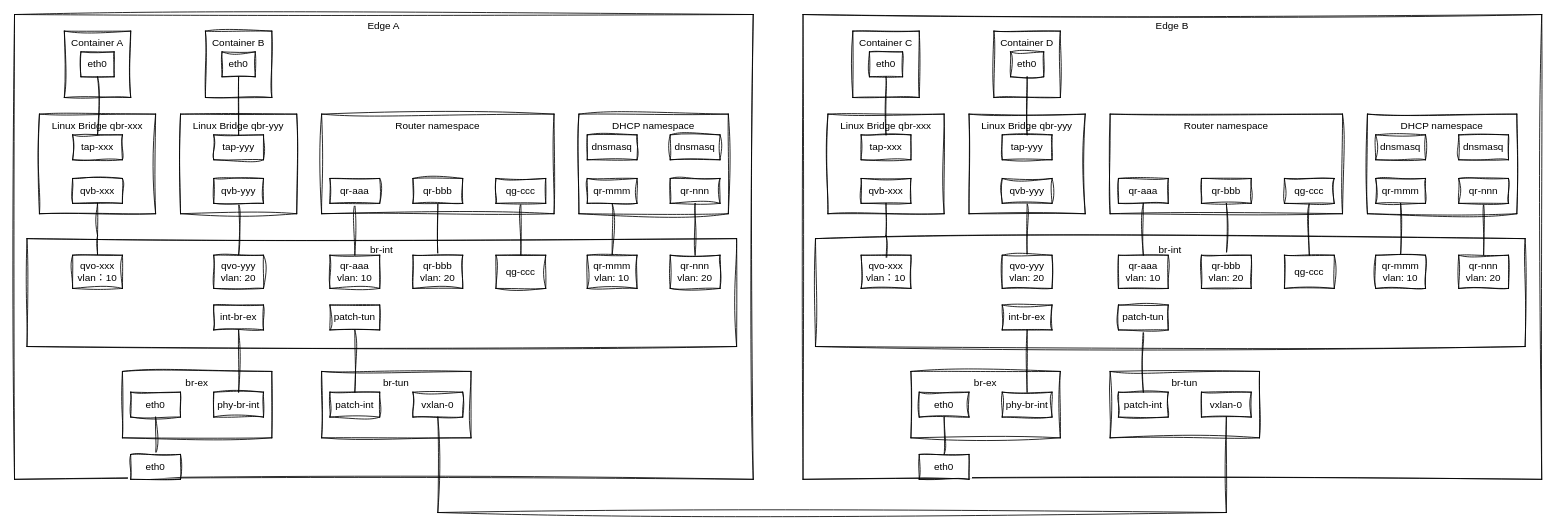
wangkuntian/draw keeps this draw.io diagram as page "多节点跨子网" (4 of 5) of test.drawio. Above is the earlier version. Source tidied: cells renumbered, new cells numbered last; positions are measured from the earlier drawing's top-left corner, leaving out a move shared by most shapes. Both pictures are drawn from the tidied source at 83%, with x=0, y=0 at pixel (14, 14).
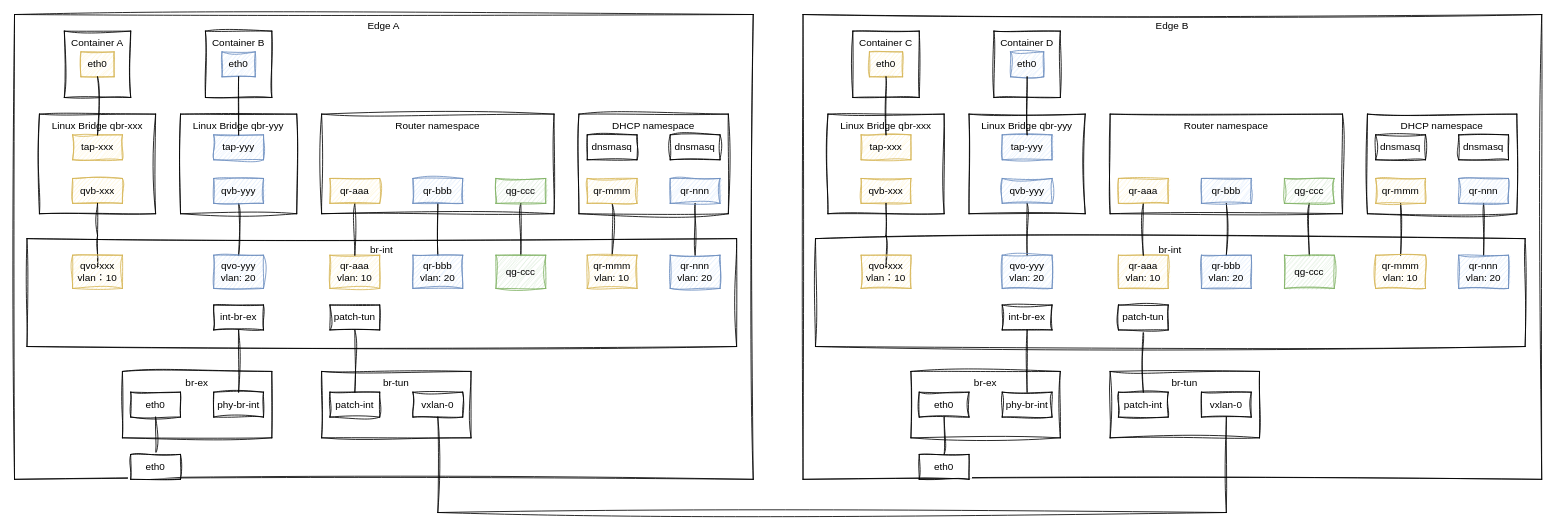
Above is the later version.

What changed in the source:
```diff
@@
-    <mxCell id="2" value="Edge A" style="rounded=0;whiteSpace=wrap;html=1;verticalAlign=top;sketch=1;curveFitting=1;jiggle=2;" parent="1" vertex="1">
+    <mxCell id="2" value="Edge A" style="rounded=0;whiteSpace=wrap;html=1;verticalAlign=top;sketch=1;curveFitting=1;jiggle=2;fillColor=none;" parent="1" vertex="1">
       <mxGeometry width="890" height="560" as="geometry" />
     </mxCell>
-    <mxCell id="3" value="Container A" style="whiteSpace=wrap;html=1;verticalAlign=top;strokeColor=default;align=center;fontFamily=Helvetica;fontSize=12;fontColor=default;fillColor=default;sketch=1;curveFitting=1;jiggle=2;" parent="1" vertex="1">
+    <mxCell id="3" value="Container A" style="whiteSpace=wrap;html=1;verticalAlign=top;strokeColor=default;align=center;fontFamily=Helvetica;fontSize=12;fontColor=default;fillColor=none;sketch=1;curveFitting=1;jiggle=2;" parent="1" vertex="1">
       <mxGeometry x="60" y="20" width="80" height="80" as="geometry" />
     </mxCell>
-    <mxCell id="4" value="eth0" style="rounded=0;whiteSpace=wrap;html=1;sketch=1;curveFitting=1;jiggle=2;" parent="1" vertex="1">
+    <mxCell id="4" value="eth0" style="rounded=0;whiteSpace=wrap;html=1;sketch=1;curveFitting=1;jiggle=2;fillColor=#fff2cc;strokeColor=#d6b656;" parent="1" vertex="1">
       <mxGeometry x="80" y="45" width="40" height="30" as="geometry" />
     </mxCell>
-    <mxCell id="5" value="Linux Bridge qbr-xxx" style="rounded=0;whiteSpace=wrap;html=1;verticalAlign=top;sketch=1;curveFitting=1;jiggle=2;" parent="1" vertex="1">
+    <mxCell id="5" value="Linux Bridge qbr-xxx" style="rounded=0;whiteSpace=wrap;html=1;verticalAlign=top;sketch=1;curveFitting=1;jiggle=2;fillColor=none;" parent="1" vertex="1">
       <mxGeometry x="30" y="120" width="140" height="120" as="geometry" />
     </mxCell>
-    <mxCell id="6" value="tap-xxx" style="rounded=0;whiteSpace=wrap;html=1;sketch=1;curveFitting=1;jiggle=2;" parent="1" vertex="1">
+    <mxCell id="6" value="tap-xxx" style="rounded=0;whiteSpace=wrap;html=1;sketch=1;curveFitting=1;jiggle=2;fillColor=#fff2cc;strokeColor=#d6b656;" parent="1" vertex="1">
       <mxGeometry x="70" y="145" width="60" height="30" as="geometry" />
     </mxCell>
-    <mxCell id="7" value="qvb-xxx" style="rounded=0;whiteSpace=wrap;html=1;sketch=1;curveFitting=1;jiggle=2;" parent="1" vertex="1">
+    <mxCell id="7" value="qvb-xxx" style="rounded=0;whiteSpace=wrap;html=1;sketch=1;curveFitting=1;jiggle=2;fillColor=#fff2cc;strokeColor=#d6b656;" parent="1" vertex="1">
       <mxGeometry x="70" y="197.5" width="60" height="30" as="geometry" />
     </mxCell>
-    <mxCell id="8" value="br-int" style="rounded=0;whiteSpace=wrap;html=1;verticalAlign=top;sketch=1;curveFitting=1;jiggle=2;" parent="1" vertex="1">
+    <mxCell id="8" value="br-int" style="rounded=0;whiteSpace=wrap;html=1;verticalAlign=top;sketch=1;curveFitting=1;jiggle=2;fillColor=none;" parent="1" vertex="1">
       <mxGeometry x="15" y="270" width="855" height="130" as="geometry" />
     </mxCell>
-    <mxCell id="9" value="DHCP namespace" style="rounded=0;whiteSpace=wrap;html=1;verticalAlign=top;sketch=1;curveFitting=1;jiggle=2;" parent="1" vertex="1">
+    <mxCell id="9" value="DHCP namespace" style="rounded=0;whiteSpace=wrap;html=1;verticalAlign=top;sketch=1;curveFitting=1;jiggle=2;fillColor=none;" parent="1" vertex="1">
       <mxGeometry x="680" y="120" width="180" height="120" as="geometry" />
     </mxCell>
@@
-    <mxCell id="11" value="qr-mmm" style="rounded=0;whiteSpace=wrap;html=1;sketch=1;curveFitting=1;jiggle=2;" parent="1" vertex="1">
+    <mxCell id="11" value="qr-mmm" style="rounded=0;whiteSpace=wrap;html=1;sketch=1;curveFitting=1;jiggle=2;fillColor=#fff2cc;strokeColor=#d6b656;" parent="1" vertex="1">
       <mxGeometry x="690" y="197.5" width="60" height="30" as="geometry" />
     </mxCell>
-    <mxCell id="12" value="qr-aaa&lt;div&gt;vlan: 10&lt;/div&gt;" style="rounded=0;whiteSpace=wrap;html=1;sketch=1;curveFitting=1;jiggle=2;" parent="1" vertex="1">
+    <mxCell id="12" value="qr-aaa&lt;div&gt;vlan: 10&lt;/div&gt;" style="rounded=0;whiteSpace=wrap;html=1;sketch=1;curveFitting=1;jiggle=2;fillColor=#fff2cc;strokeColor=#d6b656;" parent="1" vertex="1">
       <mxGeometry x="380" y="290" width="60" height="40" as="geometry" />
     </mxCell>
-    <mxCell id="13" value="qr-mmm&lt;br&gt;vlan: 10" style="rounded=0;whiteSpace=wrap;html=1;sketch=1;curveFitting=1;jiggle=2;" parent="1" vertex="1">
+    <mxCell id="13" value="qr-mmm&lt;br&gt;vlan: 10" style="rounded=0;whiteSpace=wrap;html=1;sketch=1;curveFitting=1;jiggle=2;fillColor=#fff2cc;strokeColor=#d6b656;" parent="1" vertex="1">
       <mxGeometry x="690" y="290" width="60" height="40" as="geometry" />
     </mxCell>
@@
-    <mxCell id="15" value="Router namespace" style="rounded=0;whiteSpace=wrap;html=1;verticalAlign=top;sketch=1;curveFitting=1;jiggle=2;" parent="1" vertex="1">
+    <mxCell id="15" value="Router namespace" style="rounded=0;whiteSpace=wrap;html=1;verticalAlign=top;sketch=1;curveFitting=1;jiggle=2;fillColor=none;" parent="1" vertex="1">
       <mxGeometry x="370" y="120" width="280" height="120" as="geometry" />
     </mxCell>
@@
-    <mxCell id="17" value="qr-aaa" style="rounded=0;whiteSpace=wrap;html=1;sketch=1;curveFitting=1;jiggle=2;" parent="1" vertex="1">
+    <mxCell id="17" value="qr-aaa" style="rounded=0;whiteSpace=wrap;html=1;sketch=1;curveFitting=1;jiggle=2;fillColor=#fff2cc;strokeColor=#d6b656;" parent="1" vertex="1">
       <mxGeometry x="380" y="197.5" width="60" height="30" as="geometry" />
     </mxCell>
@@
-    <mxCell id="19" value="br-tun&lt;div&gt;&lt;br&gt;&lt;/div&gt;" style="rounded=0;whiteSpace=wrap;html=1;verticalAlign=top;sketch=1;curveFitting=1;jiggle=2;" parent="1" vertex="1">
+    <mxCell id="19" value="br-tun&lt;div&gt;&lt;br&gt;&lt;/div&gt;" style="rounded=0;whiteSpace=wrap;html=1;verticalAlign=top;sketch=1;curveFitting=1;jiggle=2;fillColor=none;" parent="1" vertex="1">
       <mxGeometry x="370" y="430" width="180" height="80" as="geometry" />
     </mxCell>
-    <mxCell id="20" value="br-ex&lt;div&gt;&lt;br&gt;&lt;/div&gt;" style="rounded=0;whiteSpace=wrap;html=1;verticalAlign=top;sketch=1;curveFitting=1;jiggle=2;" parent="1" vertex="1">
+    <mxCell id="20" value="br-ex&lt;div&gt;&lt;br&gt;&lt;/div&gt;" style="rounded=0;whiteSpace=wrap;html=1;verticalAlign=top;sketch=1;curveFitting=1;jiggle=2;fillColor=none;" parent="1" vertex="1">
       <mxGeometry x="130" y="430" width="180" height="80" as="geometry" />
     </mxCell>
@@
-    <mxCell id="26" value="qr-bbb&lt;div&gt;vlan: 20&lt;/div&gt;" style="rounded=0;whiteSpace=wrap;html=1;sketch=1;curveFitting=1;jiggle=2;" parent="1" vertex="1">
+    <mxCell id="26" value="qr-bbb&lt;div&gt;vlan: 20&lt;/div&gt;" style="rounded=0;whiteSpace=wrap;html=1;sketch=1;curveFitting=1;jiggle=2;fillColor=#dae8fc;strokeColor=#6c8ebf;" parent="1" vertex="1">
       <mxGeometry x="480" y="290" width="60" height="40" as="geometry" />
     </mxCell>
@@
-    <mxCell id="30" value="Container B" style="whiteSpace=wrap;html=1;verticalAlign=top;strokeColor=default;align=center;fontFamily=Helvetica;fontSize=12;fontColor=default;fillColor=default;sketch=1;curveFitting=1;jiggle=2;" parent="1" vertex="1">
+    <mxCell id="30" value="Container B" style="whiteSpace=wrap;html=1;verticalAlign=top;strokeColor=default;align=center;fontFamily=Helvetica;fontSize=12;fontColor=default;fillColor=none;sketch=1;curveFitting=1;jiggle=2;" parent="1" vertex="1">
       <mxGeometry x="230" y="20" width="80" height="80" as="geometry" />
     </mxCell>
-    <mxCell id="31" value="eth0" style="rounded=0;whiteSpace=wrap;html=1;sketch=1;curveFitting=1;jiggle=2;" parent="1" vertex="1">
+    <mxCell id="31" value="eth0" style="rounded=0;whiteSpace=wrap;html=1;sketch=1;curveFitting=1;jiggle=2;fillColor=#dae8fc;strokeColor=#6c8ebf;" parent="1" vertex="1">
       <mxGeometry x="250" y="45" width="40" height="30" as="geometry" />
     </mxCell>
-    <mxCell id="32" value="Linux Bridge qbr-yyy" style="rounded=0;whiteSpace=wrap;html=1;verticalAlign=top;sketch=1;curveFitting=1;jiggle=2;" parent="1" vertex="1">
+    <mxCell id="32" value="Linux Bridge qbr-yyy" style="rounded=0;whiteSpace=wrap;html=1;verticalAlign=top;sketch=1;curveFitting=1;jiggle=2;fillColor=none;" parent="1" vertex="1">
       <mxGeometry x="200" y="120" width="140" height="120" as="geometry" />
     </mxCell>
-    <mxCell id="33" value="tap-yyy" style="rounded=0;whiteSpace=wrap;html=1;sketch=1;curveFitting=1;jiggle=2;" parent="1" vertex="1">
+    <mxCell id="33" value="tap-yyy" style="rounded=0;whiteSpace=wrap;html=1;sketch=1;curveFitting=1;jiggle=2;fillColor=#dae8fc;strokeColor=#6c8ebf;" parent="1" vertex="1">
       <mxGeometry x="240" y="145" width="60" height="30" as="geometry" />
     </mxCell>
@@
-    <mxCell id="35" value="qvb-yyy" style="rounded=0;whiteSpace=wrap;html=1;sketch=1;curveFitting=1;jiggle=2;" parent="1" vertex="1">
+    <mxCell id="35" value="qvb-yyy" style="rounded=0;whiteSpace=wrap;html=1;sketch=1;curveFitting=1;jiggle=2;fillColor=#dae8fc;strokeColor=#6c8ebf;" parent="1" vertex="1">
       <mxGeometry x="240" y="197.5" width="60" height="30" as="geometry" />
     </mxCell>
@@
-    <mxCell id="37" value="qvo-xxx&lt;br&gt;vlan：10" style="rounded=0;whiteSpace=wrap;html=1;sketch=1;curveFitting=1;jiggle=2;" parent="1" vertex="1">
+    <mxCell id="37" value="qvo-xxx&lt;br&gt;vlan：10" style="rounded=0;whiteSpace=wrap;html=1;sketch=1;curveFitting=1;jiggle=2;fillColor=#fff2cc;strokeColor=#d6b656;" parent="1" vertex="1">
       <mxGeometry x="70" y="290" width="60" height="40" as="geometry" />
     </mxCell>
-    <mxCell id="38" value="qvo-yyy&lt;br&gt;vlan: 20" style="rounded=0;whiteSpace=wrap;html=1;sketch=1;curveFitting=1;jiggle=2;" parent="1" vertex="1">
+    <mxCell id="38" value="qvo-yyy&lt;br&gt;vlan: 20" style="rounded=0;whiteSpace=wrap;html=1;sketch=1;curveFitting=1;jiggle=2;fillColor=#dae8fc;strokeColor=#6c8ebf;" parent="1" vertex="1">
       <mxGeometry x="240" y="290" width="60" height="40" as="geometry" />
     </mxCell>
@@
-    <mxCell id="43" value="qr-bbb" style="rounded=0;whiteSpace=wrap;html=1;sketch=1;curveFitting=1;jiggle=2;" parent="1" vertex="1">
+    <mxCell id="43" value="qr-bbb" style="rounded=0;whiteSpace=wrap;html=1;sketch=1;curveFitting=1;jiggle=2;fillColor=#dae8fc;strokeColor=#6c8ebf;" parent="1" vertex="1">
       <mxGeometry x="480" y="197.5" width="60" height="30" as="geometry" />
     </mxCell>
@@
-    <mxCell id="45" value="qg-ccc" style="rounded=0;whiteSpace=wrap;html=1;sketch=1;curveFitting=1;jiggle=2;" parent="1" vertex="1">
+    <mxCell id="45" value="qg-ccc" style="rounded=0;whiteSpace=wrap;html=1;sketch=1;curveFitting=1;jiggle=2;fillColor=#d5e8d4;strokeColor=#82b366;" parent="1" vertex="1">
       <mxGeometry x="580" y="197.5" width="60" height="30" as="geometry" />
     </mxCell>
-    <mxCell id="46" value="qg-ccc" style="rounded=0;whiteSpace=wrap;html=1;sketch=1;curveFitting=1;jiggle=2;" parent="1" vertex="1">
+    <mxCell id="46" value="qg-ccc" style="rounded=0;whiteSpace=wrap;html=1;sketch=1;curveFitting=1;jiggle=2;fillColor=#d5e8d4;strokeColor=#82b366;" parent="1" vertex="1">
       <mxGeometry x="580" y="290" width="60" height="40" as="geometry" />
     </mxCell>
@@
-    <mxCell id="48" value="qr-nnn" style="rounded=0;whiteSpace=wrap;html=1;sketch=1;curveFitting=1;jiggle=2;" parent="1" vertex="1">
+    <mxCell id="48" value="qr-nnn" style="rounded=0;whiteSpace=wrap;html=1;sketch=1;curveFitting=1;jiggle=2;fillColor=#dae8fc;strokeColor=#6c8ebf;" parent="1" vertex="1">
       <mxGeometry x="790" y="197.5" width="60" height="30" as="geometry" />
     </mxCell>
-    <mxCell id="49" value="qr-nnn&lt;div&gt;vlan: 20&lt;/div&gt;" style="rounded=0;whiteSpace=wrap;html=1;sketch=1;curveFitting=1;jiggle=2;" parent="1" vertex="1">
+    <mxCell id="49" value="qr-nnn&lt;div&gt;vlan: 20&lt;/div&gt;" style="rounded=0;whiteSpace=wrap;html=1;sketch=1;curveFitting=1;jiggle=2;fillColor=#dae8fc;strokeColor=#6c8ebf;" parent="1" vertex="1">
       <mxGeometry x="790" y="290" width="60" height="40" as="geometry" />
     </mxCell>
@@
-    <mxCell id="51" value="Edge B" style="rounded=0;whiteSpace=wrap;html=1;verticalAlign=top;sketch=1;curveFitting=1;jiggle=2;" parent="1" vertex="1">
+    <mxCell id="51" value="Edge B" style="rounded=0;whiteSpace=wrap;html=1;verticalAlign=top;sketch=1;curveFitting=1;jiggle=2;fillColor=none;" parent="1" vertex="1">
       <mxGeometry x="950" width="890" height="560" as="geometry" />
     </mxCell>
-    <mxCell id="52" value="Container C" style="whiteSpace=wrap;html=1;verticalAlign=top;strokeColor=default;align=center;fontFamily=Helvetica;fontSize=12;fontColor=default;fillColor=default;sketch=1;curveFitting=1;jiggle=2;" parent="1" vertex="1">
+    <mxCell id="52" value="Container C" style="whiteSpace=wrap;html=1;verticalAlign=top;strokeColor=default;align=center;fontFamily=Helvetica;fontSize=12;fontColor=default;fillColor=none;sketch=1;curveFitting=1;jiggle=2;" parent="1" vertex="1">
       <mxGeometry x="1010" y="20" width="80" height="80" as="geometry" />
     </mxCell>
-    <mxCell id="53" value="eth0" style="rounded=0;whiteSpace=wrap;html=1;sketch=1;curveFitting=1;jiggle=2;" parent="1" vertex="1">
+    <mxCell id="53" value="eth0" style="rounded=0;whiteSpace=wrap;html=1;sketch=1;curveFitting=1;jiggle=2;fillColor=#fff2cc;strokeColor=#d6b656;" parent="1" vertex="1">
       <mxGeometry x="1030" y="45" width="40" height="30" as="geometry" />
     </mxCell>
-    <mxCell id="54" value="Linux Bridge qbr-xxx" style="rounded=0;whiteSpace=wrap;html=1;verticalAlign=top;sketch=1;curveFitting=1;jiggle=2;" parent="1" vertex="1">
+    <mxCell id="54" value="Linux Bridge qbr-xxx" style="rounded=0;whiteSpace=wrap;html=1;verticalAlign=top;sketch=1;curveFitting=1;jiggle=2;fillColor=none;" parent="1" vertex="1">
       <mxGeometry x="980" y="120" width="140" height="120" as="geometry" />
     </mxCell>
-    <mxCell id="55" value="tap-xxx" style="rounded=0;whiteSpace=wrap;html=1;sketch=1;curveFitting=1;jiggle=2;" parent="1" vertex="1">
+    <mxCell id="55" value="tap-xxx" style="rounded=0;whiteSpace=wrap;html=1;sketch=1;curveFitting=1;jiggle=2;fillColor=#fff2cc;strokeColor=#d6b656;" parent="1" vertex="1">
       <mxGeometry x="1020" y="145" width="60" height="30" as="geometry" />
     </mxCell>
-    <mxCell id="56" value="qvb-xxx" style="rounded=0;whiteSpace=wrap;html=1;sketch=1;curveFitting=1;jiggle=2;" parent="1" vertex="1">
+    <mxCell id="56" value="qvb-xxx" style="rounded=0;whiteSpace=wrap;html=1;sketch=1;curveFitting=1;jiggle=2;fillColor=#fff2cc;strokeColor=#d6b656;" parent="1" vertex="1">
       <mxGeometry x="1020" y="197.5" width="60" height="30" as="geometry" />
     </mxCell>
-    <mxCell id="57" value="br-int" style="rounded=0;whiteSpace=wrap;html=1;verticalAlign=top;sketch=1;curveFitting=1;jiggle=2;" parent="1" vertex="1">
+    <mxCell id="57" value="br-int" style="rounded=0;whiteSpace=wrap;html=1;verticalAlign=top;sketch=1;curveFitting=1;jiggle=2;fillColor=none;" parent="1" vertex="1">
       <mxGeometry x="965" y="270" width="855" height="130" as="geometry" />
     </mxCell>
-    <mxCell id="58" value="DHCP namespace" style="rounded=0;whiteSpace=wrap;html=1;verticalAlign=top;sketch=1;curveFitting=1;jiggle=2;" parent="1" vertex="1">
+    <mxCell id="58" value="DHCP namespace" style="rounded=0;whiteSpace=wrap;html=1;verticalAlign=top;sketch=1;curveFitting=1;jiggle=2;fillColor=none;" parent="1" vertex="1">
       <mxGeometry x="1630" y="120" width="180" height="120" as="geometry" />
     </mxCell>
@@
-    <mxCell id="60" value="qr-mmm" style="rounded=0;whiteSpace=wrap;html=1;sketch=1;curveFitting=1;jiggle=2;" parent="1" vertex="1">
+    <mxCell id="60" value="qr-mmm" style="rounded=0;whiteSpace=wrap;html=1;sketch=1;curveFitting=1;jiggle=2;fillColor=#fff2cc;strokeColor=#d6b656;" parent="1" vertex="1">
       <mxGeometry x="1640" y="197.5" width="60" height="30" as="geometry" />
     </mxCell>
-    <mxCell id="61" value="qr-aaa&lt;div&gt;vlan: 10&lt;/div&gt;" style="rounded=0;whiteSpace=wrap;html=1;sketch=1;curveFitting=1;jiggle=2;" parent="1" vertex="1">
+    <mxCell id="61" value="qr-aaa&lt;div&gt;vlan: 10&lt;/div&gt;" style="rounded=0;whiteSpace=wrap;html=1;sketch=1;curveFitting=1;jiggle=2;fillColor=#fff2cc;strokeColor=#d6b656;" parent="1" vertex="1">
       <mxGeometry x="1330" y="290" width="60" height="40" as="geometry" />
     </mxCell>
-    <mxCell id="62" value="qr-mmm&lt;br&gt;vlan: 10" style="rounded=0;whiteSpace=wrap;html=1;sketch=1;curveFitting=1;jiggle=2;" parent="1" vertex="1">
+    <mxCell id="62" value="qr-mmm&lt;br&gt;vlan: 10" style="rounded=0;whiteSpace=wrap;html=1;sketch=1;curveFitting=1;jiggle=2;fillColor=#fff2cc;strokeColor=#d6b656;" parent="1" vertex="1">
       <mxGeometry x="1640" y="290" width="60" height="40" as="geometry" />
     </mxCell>
@@
-    <mxCell id="64" value="Router namespace" style="rounded=0;whiteSpace=wrap;html=1;verticalAlign=top;sketch=1;curveFitting=1;jiggle=2;" parent="1" vertex="1">
+    <mxCell id="64" value="Router namespace" style="rounded=0;whiteSpace=wrap;html=1;verticalAlign=top;sketch=1;curveFitting=1;jiggle=2;fillColor=none;" parent="1" vertex="1">
       <mxGeometry x="1320" y="120" width="280" height="120" as="geometry" />
     </mxCell>
@@
-    <mxCell id="66" value="qr-aaa" style="rounded=0;whiteSpace=wrap;html=1;sketch=1;curveFitting=1;jiggle=2;" parent="1" vertex="1">
+    <mxCell id="66" value="qr-aaa" style="rounded=0;whiteSpace=wrap;html=1;sketch=1;curveFitting=1;jiggle=2;fillColor=#fff2cc;strokeColor=#d6b656;" parent="1" vertex="1">
       <mxGeometry x="1330" y="197.5" width="60" height="30" as="geometry" />
     </mxCell>
@@
-    <mxCell id="68" value="br-tun&lt;div&gt;&lt;br&gt;&lt;/div&gt;" style="rounded=0;whiteSpace=wrap;html=1;verticalAlign=top;sketch=1;curveFitting=1;jiggle=2;" parent="1" vertex="1">
+    <mxCell id="68" value="br-tun&lt;div&gt;&lt;br&gt;&lt;/div&gt;" style="rounded=0;whiteSpace=wrap;html=1;verticalAlign=top;sketch=1;curveFitting=1;jiggle=2;fillColor=none;" parent="1" vertex="1">
       <mxGeometry x="1320" y="430" width="180" height="80" as="geometry" />
     </mxCell>
-    <mxCell id="69" value="br-ex&lt;div&gt;&lt;br&gt;&lt;/div&gt;" style="rounded=0;whiteSpace=wrap;html=1;verticalAlign=top;sketch=1;curveFitting=1;jiggle=2;" parent="1" vertex="1">
+    <mxCell id="69" value="br-ex&lt;div&gt;&lt;br&gt;&lt;/div&gt;" style="rounded=0;whiteSpace=wrap;html=1;verticalAlign=top;sketch=1;curveFitting=1;jiggle=2;fillColor=none;" parent="1" vertex="1">
       <mxGeometry x="1080" y="430" width="180" height="80" as="geometry" />
     </mxCell>
@@
-    <mxCell id="75" value="qr-bbb&lt;div&gt;vlan: 20&lt;/div&gt;" style="rounded=0;whiteSpace=wrap;html=1;sketch=1;curveFitting=1;jiggle=2;" parent="1" vertex="1">
+    <mxCell id="75" value="qr-bbb&lt;div&gt;vlan: 20&lt;/div&gt;" style="rounded=0;whiteSpace=wrap;html=1;sketch=1;curveFitting=1;jiggle=2;fillColor=#dae8fc;strokeColor=#6c8ebf;" parent="1" vertex="1">
       <mxGeometry x="1430" y="290" width="60" height="40" as="geometry" />
     </mxCell>
@@
-    <mxCell id="79" value="Container D" style="whiteSpace=wrap;html=1;verticalAlign=top;strokeColor=default;align=center;fontFamily=Helvetica;fontSize=12;fontColor=default;fillColor=default;sketch=1;curveFitting=1;jiggle=2;" parent="1" vertex="1">
+    <mxCell id="79" value="Container D" style="whiteSpace=wrap;html=1;verticalAlign=top;strokeColor=default;align=center;fontFamily=Helvetica;fontSize=12;fontColor=default;fillColor=none;sketch=1;curveFitting=1;jiggle=2;" parent="1" vertex="1">
       <mxGeometry x="1180" y="20" width="80" height="80" as="geometry" />
     </mxCell>
-    <mxCell id="80" value="eth0" style="rounded=0;whiteSpace=wrap;html=1;sketch=1;curveFitting=1;jiggle=2;" parent="1" vertex="1">
+    <mxCell id="80" value="eth0" style="rounded=0;whiteSpace=wrap;html=1;sketch=1;curveFitting=1;jiggle=2;fillColor=#dae8fc;strokeColor=#6c8ebf;" parent="1" vertex="1">
       <mxGeometry x="1200" y="45" width="40" height="30" as="geometry" />
     </mxCell>
-    <mxCell id="81" value="Linux Bridge qbr-yyy" style="rounded=0;whiteSpace=wrap;html=1;verticalAlign=top;sketch=1;curveFitting=1;jiggle=2;" parent="1" vertex="1">
+    <mxCell id="81" value="Linux Bridge qbr-yyy" style="rounded=0;whiteSpace=wrap;html=1;verticalAlign=top;sketch=1;curveFitting=1;jiggle=2;fillColor=none;" parent="1" vertex="1">
       <mxGeometry x="1150" y="120" width="140" height="120" as="geometry" />
     </mxCell>
-    <mxCell id="82" value="tap-yyy" style="rounded=0;whiteSpace=wrap;html=1;sketch=1;curveFitting=1;jiggle=2;" parent="1" vertex="1">
+    <mxCell id="82" value="tap-yyy" style="rounded=0;whiteSpace=wrap;html=1;sketch=1;curveFitting=1;jiggle=2;fillColor=#dae8fc;strokeColor=#6c8ebf;" parent="1" vertex="1">
       <mxGeometry x="1190" y="145" width="60" height="30" as="geometry" />
     </mxCell>
@@
-    <mxCell id="84" value="qvb-yyy" style="rounded=0;whiteSpace=wrap;html=1;sketch=1;curveFitting=1;jiggle=2;" parent="1" vertex="1">
+    <mxCell id="84" value="qvb-yyy" style="rounded=0;whiteSpace=wrap;html=1;sketch=1;curveFitting=1;jiggle=2;fillColor=#dae8fc;strokeColor=#6c8ebf;" parent="1" vertex="1">
       <mxGeometry x="1190" y="197.5" width="60" height="30" as="geometry" />
     </mxCell>
@@
-    <mxCell id="86" value="qvo-xxx&lt;br&gt;vlan：10" style="rounded=0;whiteSpace=wrap;html=1;sketch=1;curveFitting=1;jiggle=2;" parent="1" vertex="1">
+    <mxCell id="86" value="qvo-xxx&lt;br&gt;vlan：10" style="rounded=0;whiteSpace=wrap;html=1;sketch=1;curveFitting=1;jiggle=2;fillColor=#fff2cc;strokeColor=#d6b656;" parent="1" vertex="1">
       <mxGeometry x="1020" y="290" width="60" height="40" as="geometry" />
     </mxCell>
-    <mxCell id="87" value="qvo-yyy&lt;br&gt;vlan: 20" style="rounded=0;whiteSpace=wrap;html=1;sketch=1;curveFitting=1;jiggle=2;" parent="1" vertex="1">
+    <mxCell id="87" value="qvo-yyy&lt;br&gt;vlan: 20" style="rounded=0;whiteSpace=wrap;html=1;sketch=1;curveFitting=1;jiggle=2;fillColor=#dae8fc;strokeColor=#6c8ebf;" parent="1" vertex="1">
       <mxGeometry x="1190" y="290" width="60" height="40" as="geometry" />
     </mxCell>
@@
-    <mxCell id="92" value="qr-bbb" style="rounded=0;whiteSpace=wrap;html=1;sketch=1;curveFitting=1;jiggle=2;" parent="1" vertex="1">
+    <mxCell id="92" value="qr-bbb" style="rounded=0;whiteSpace=wrap;html=1;sketch=1;curveFitting=1;jiggle=2;fillColor=#dae8fc;strokeColor=#6c8ebf;" parent="1" vertex="1">
       <mxGeometry x="1430" y="197.5" width="60" height="30" as="geometry" />
     </mxCell>
@@
-    <mxCell id="94" value="qg-ccc" style="rounded=0;whiteSpace=wrap;html=1;sketch=1;curveFitting=1;jiggle=2;" parent="1" vertex="1">
+    <mxCell id="94" value="qg-ccc" style="rounded=0;whiteSpace=wrap;html=1;sketch=1;curveFitting=1;jiggle=2;fillColor=#d5e8d4;strokeColor=#82b366;" parent="1" vertex="1">
       <mxGeometry x="1530" y="197.5" width="60" height="30" as="geometry" />
     </mxCell>
-    <mxCell id="95" value="qg-ccc" style="rounded=0;whiteSpace=wrap;html=1;sketch=1;curveFitting=1;jiggle=2;" parent="1" vertex="1">
+    <mxCell id="95" value="qg-ccc" style="rounded=0;whiteSpace=wrap;html=1;sketch=1;curveFitting=1;jiggle=2;fillColor=#d5e8d4;strokeColor=#82b366;" parent="1" vertex="1">
       <mxGeometry x="1530" y="290" width="60" height="40" as="geometry" />
     </mxCell>
@@
-    <mxCell id="97" value="qr-nnn" style="rounded=0;whiteSpace=wrap;html=1;sketch=1;curveFitting=1;jiggle=2;" parent="1" vertex="1">
+    <mxCell id="97" value="qr-nnn" style="rounded=0;whiteSpace=wrap;html=1;sketch=1;curveFitting=1;jiggle=2;fillColor=#dae8fc;strokeColor=#6c8ebf;" parent="1" vertex="1">
       <mxGeometry x="1740" y="197.5" width="60" height="30" as="geometry" />
     </mxCell>
-    <mxCell id="98" value="qr-nnn&lt;div&gt;vlan: 20&lt;/div&gt;" style="rounded=0;whiteSpace=wrap;html=1;sketch=1;curveFitting=1;jiggle=2;" parent="1" vertex="1">
+    <mxCell id="98" value="qr-nnn&lt;div&gt;vlan: 20&lt;/div&gt;" style="rounded=0;whiteSpace=wrap;html=1;sketch=1;curveFitting=1;jiggle=2;fillColor=#dae8fc;strokeColor=#6c8ebf;" parent="1" vertex="1">
       <mxGeometry x="1740" y="290" width="60" height="40" as="geometry" />
     </mxCell>
```
